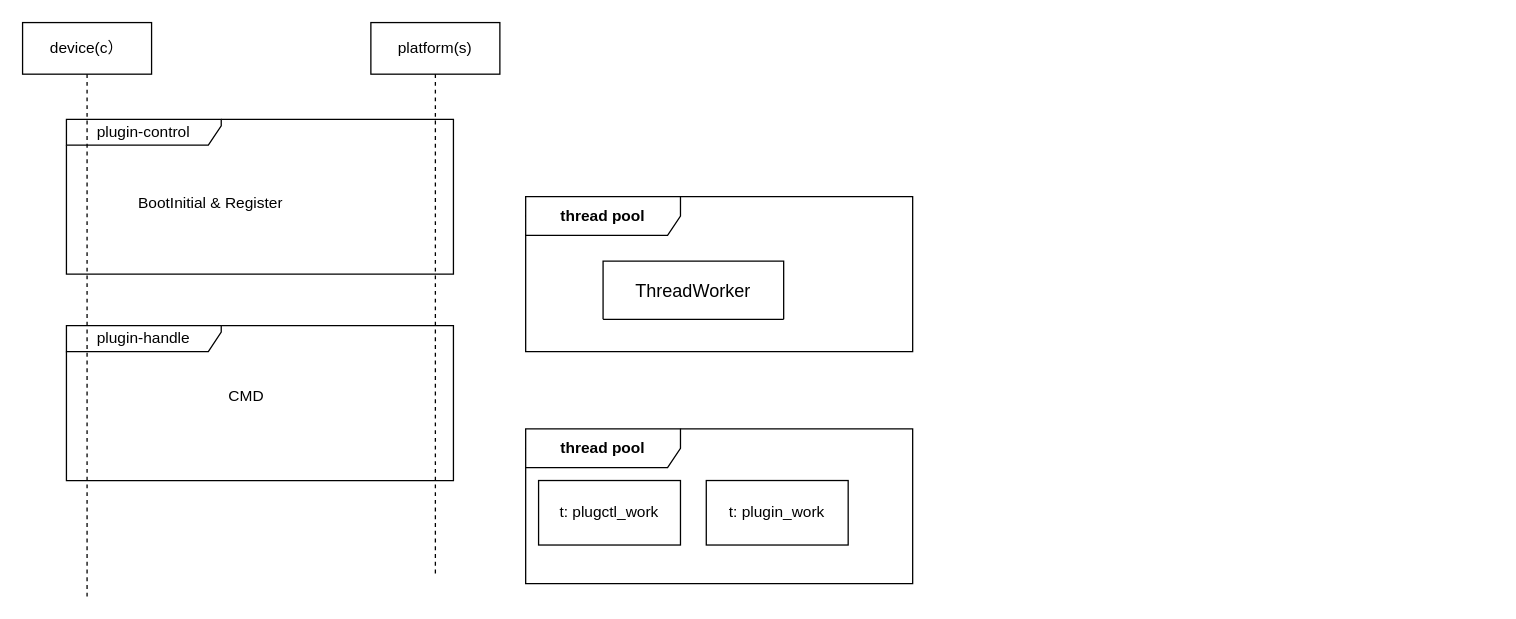
Before: gw-mtk/mobile_manager.drawio in waterwatermelon/graph, a draw.io diagram. Source tidied: cells renumbered, new cells numbered last; positions are measured from the earlier drawing's top-left corner, leaving out a move shared by most shapes. Both pictures are drawn from the tidied source at 129%, with x=0, y=0 at pixel (22, 22).
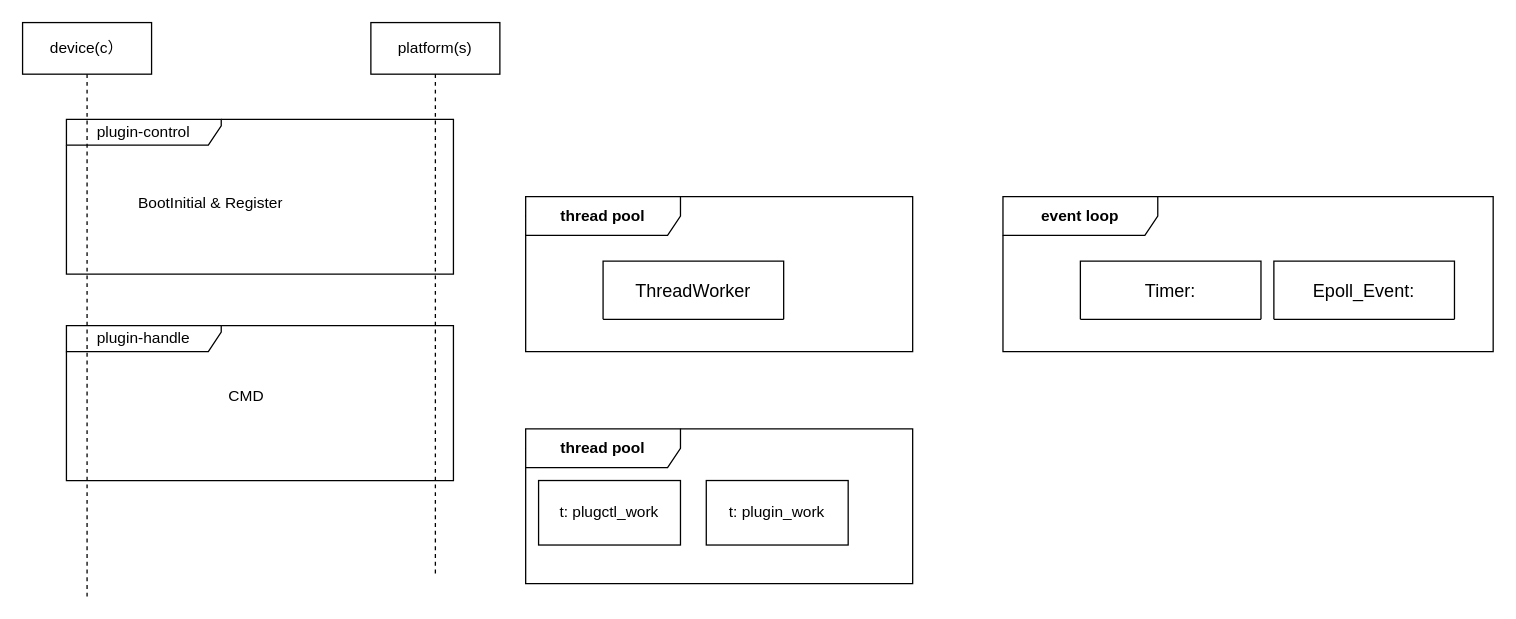
Above is the later version.

What changed in the source:
```diff
@@
 <mxGraphModel>
   <root>
     <mxCell id="0" />
     <mxCell id="1" parent="0" />
     <mxCell id="2" style="group;" parent="1" vertex="1">
       <mxGeometry x="34" y="235" width="300" height="120" as="geometry" />
     </mxCell>
     <mxCell id="3" value="CMD" style="text;strokeColor=none;fillColor=none;align=left;verticalAlign=middle;spacingLeft=4;spacingRight=4;overflow=hidden;whiteSpace=wrap;html=1;" parent="2" vertex="1">
       <mxGeometry x="120" y="40" width="126" height="30" as="geometry" />
     </mxCell>
     <mxCell id="4" value="plugin-handle" style="shape=umlFrame;whiteSpace=wrap;html=1;width=120;height=20;" parent="2" vertex="1">
       <mxGeometry width="300" height="120" as="geometry" />
     </mxCell>
     <mxCell id="5" style="group;" parent="1" vertex="1">
       <mxGeometry x="34" y="75" width="300" height="120" as="geometry" />
     </mxCell>
     <mxCell id="6" value="plugin-control" style="shape=umlFrame;whiteSpace=wrap;html=1;width=120;height=20;" parent="5" vertex="1">
       <mxGeometry width="300" height="120" as="geometry" />
     </mxCell>
     <mxCell id="7" value="BootInitial &amp;amp; Register" style="text;strokeColor=none;fillColor=none;align=left;verticalAlign=middle;spacingLeft=4;spacingRight=4;overflow=hidden;whiteSpace=wrap;html=1;" parent="5" vertex="1">
       <mxGeometry x="50" y="50" width="126" height="30" as="geometry" />
     </mxCell>
     <mxCell id="8" value="device(c）" style="shape=umlLifeline;perimeter=lifelinePerimeter;whiteSpace=wrap;html=1;newEdgeStyle={&quot;curved&quot;:0,&quot;rounded&quot;:0};" parent="1" vertex="1">
       <mxGeometry width="100" height="445" as="geometry" />
     </mxCell>
     <mxCell id="9" value="platform(s)" style="shape=umlLifeline;perimeter=lifelinePerimeter;whiteSpace=wrap;html=1;newEdgeStyle={&quot;curved&quot;:0,&quot;rounded&quot;:0};" parent="1" vertex="1">
       <mxGeometry x="270" width="100" height="430" as="geometry" />
     </mxCell>
     <mxCell id="10" value="&lt;font style=&quot;font-size: 12px;&quot;&gt;&lt;b&gt;thread pool&lt;/b&gt;&lt;/font&gt;" style="shape=umlFrame;whiteSpace=wrap;html=1;width=120;height=30;" parent="1" vertex="1">
       <mxGeometry x="390" y="135" width="300" height="120" as="geometry" />
     </mxCell>
     <mxCell id="11" value="ThreadWorker" style="swimlane;horizontal=1;startSize=50;rounded=1;fontSize=14;fontStyle=0;strokeWidth=1;shadow=0;dashed=0;align=center;arcSize=4;whiteSpace=wrap;html=1;" parent="1" vertex="1" collapsed="1">
       <mxGeometry x="450" y="185" width="140" height="45" as="geometry" />
     </mxCell>
     <mxCell id="12" value="&lt;font style=&quot;font-size: 12px;&quot;&gt;&lt;b&gt;thread pool&lt;/b&gt;&lt;/font&gt;" style="shape=umlFrame;whiteSpace=wrap;html=1;width=120;height=30;" parent="1" vertex="1">
       <mxGeometry x="390" y="315" width="300" height="120" as="geometry" />
     </mxCell>
     <mxCell id="13" value="t:&amp;nbsp;plugctl_work" style="html=1;whiteSpace=wrap;" parent="1" vertex="1">
       <mxGeometry x="400" y="355" width="110" height="50" as="geometry" />
     </mxCell>
     <mxCell id="14" value="t:&amp;nbsp;plugin_work" style="html=1;whiteSpace=wrap;" parent="1" vertex="1">
       <mxGeometry x="530" y="355" width="110" height="50" as="geometry" />
     </mxCell>
+    <mxCell id="15" value="&lt;font style=&quot;font-size: 12px;&quot;&gt;&lt;b&gt;event loop&lt;/b&gt;&lt;/font&gt;" style="shape=umlFrame;whiteSpace=wrap;html=1;width=120;height=30;" parent="1" vertex="1">
+      <mxGeometry x="760" y="135" width="380" height="120" as="geometry" />
+    </mxCell>
+    <mxCell id="16" value="Timer:" style="swimlane;horizontal=1;startSize=50;rounded=1;fontSize=14;fontStyle=0;strokeWidth=1;shadow=0;dashed=0;align=center;arcSize=4;whiteSpace=wrap;html=1;" parent="1" vertex="1" collapsed="1">
+      <mxGeometry x="820" y="185" width="140" height="45" as="geometry" />
+    </mxCell>
+    <mxCell id="17" value="Epoll_Event:" style="swimlane;horizontal=1;startSize=50;rounded=1;fontSize=14;fontStyle=0;strokeWidth=1;shadow=0;dashed=0;align=center;arcSize=4;whiteSpace=wrap;html=1;" parent="1" vertex="1" collapsed="1">
+      <mxGeometry x="970" y="185" width="140" height="45" as="geometry" />
+    </mxCell>
   </root>
 </mxGraphModel>
```
